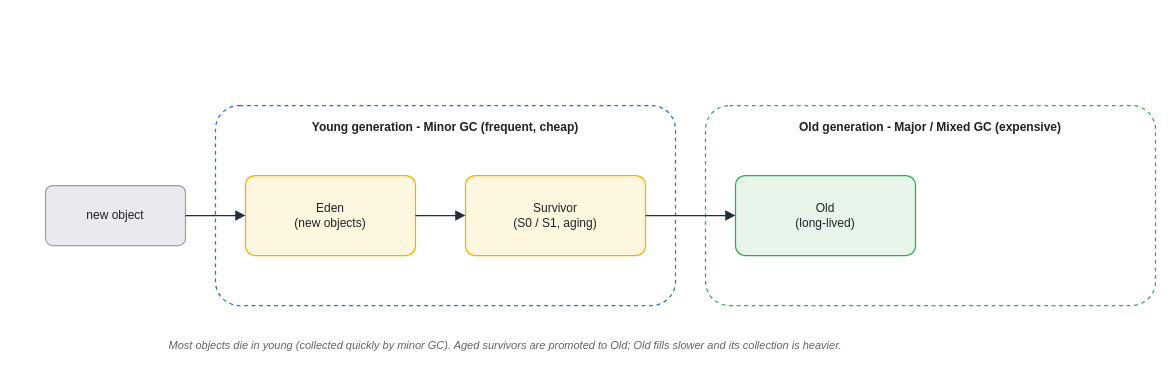
Earlier version of the draw.io diagram assets/img/jvm/jvm-07-gc-generational.drawio (KKamJi98/kkamji98.github.io). Source tidied: cells renumbered, new cells numbered last; positions are measured from the earlier drawing's top-left corner, leaving out a move shared by most shapes. Both pictures are drawn from the tidied source at 100%, with x=0, y=0 at pixel (45, 105).
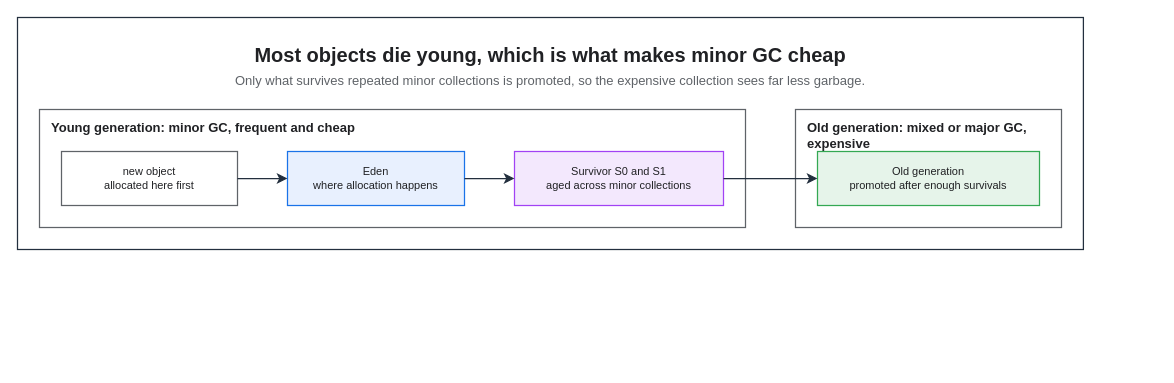
The same diagram, later.

Change to the diagram source:
```diff
@@
 <mxGraphModel background="#FFFFFF">
   <root>
     <mxCell id="0" />
     <mxCell id="1" parent="0" />
+    <mxCell id="12" style="rounded=0;html=0;fillColor=none;strokeColor=#232F3E;fontColor=#202124;strokeWidth=1.25;" parent="1" vertex="1">
+      <mxGeometry x="-28" y="-88" width="1065.9" height="232" as="geometry" />
+    </mxCell>
+    <mxCell id="13" value="Most objects die young, which is what makes minor GC cheap" style="text;html=0;whiteSpace=wrap;fillColor=none;strokeColor=none;fontColor=#202124;fontSize=20;fontStyle=1;align=center;verticalAlign=middle;" parent="1" vertex="1">
+      <mxGeometry x="-6" y="-66" width="1021.9" height="30" as="geometry" />
+    </mxCell>
+    <mxCell id="14" value="Only what survives repeated minor collections is promoted, so the expensive collection sees far less garbage." style="text;html=0;whiteSpace=wrap;fillColor=none;strokeColor=none;fontColor=#5F6368;fontSize=13;fontStyle=0;align=center;verticalAlign=middle;" parent="1" vertex="1">
+      <mxGeometry x="-6" y="-36" width="1021.9" height="22" as="geometry" />
+    </mxCell>
-    <mxCell id="2" value="Young generation  -  Minor GC (frequent, cheap)" style="rounded=1;whiteSpace=wrap;html=0;arcSize=12;shadow=0;fillColor=#FFFFFF;strokeColor=#1A73E8;fontColor=#202124;fontStyle=1;verticalAlign=top;align=center;dashed=1;spacingTop=8;strokeWidth=1.25;" parent="1" vertex="1">
-      <mxGeometry x="170" width="460" height="200" as="geometry" />
+    <mxCell id="2" value="Young generation: minor GC, frequent and cheap" style="rounded=0;whiteSpace=wrap;html=0;fillColor=none;strokeColor=#5F6368;fontColor=#202124;fontSize=13;fontStyle=1;align=left;verticalAlign=top;spacingLeft=10;spacingTop=4;strokeWidth=1.25;dashed=0;" parent="1" vertex="1">
+      <mxGeometry x="-6" y="4" width="706" height="118" as="geometry" />
     </mxCell>
-    <mxCell id="3" value="Old generation  -  Major / Mixed GC (expensive)" style="rounded=1;whiteSpace=wrap;html=0;arcSize=12;shadow=0;fillColor=#FFFFFF;strokeColor=#34A853;fontColor=#202124;fontStyle=1;verticalAlign=top;align=center;dashed=1;spacingTop=8;strokeWidth=1.25;" parent="1" vertex="1">
-      <mxGeometry x="660" width="450" height="200" as="geometry" />
+    <mxCell id="3" value="Old generation: mixed or major GC, expensive" style="rounded=0;whiteSpace=wrap;html=0;fillColor=none;strokeColor=#5F6368;fontColor=#202124;fontSize=13;fontStyle=1;align=left;verticalAlign=top;spacingLeft=10;spacingTop=4;strokeWidth=1.25;dashed=0;" parent="1" vertex="1">
+      <mxGeometry x="750" y="4" width="266" height="118" as="geometry" />
     </mxCell>
-    <mxCell id="4" value="new object" style="rounded=1;whiteSpace=wrap;html=0;arcSize=12;shadow=0;fillColor=#E8EAED;strokeColor=#9AA0A6;fontColor=#202124;strokeWidth=1.25;" parent="1" vertex="1">
-      <mxGeometry y="80" width="140" height="60" as="geometry" />
+    <mxCell id="4" value="new object&#10;allocated here first" style="rounded=0;whiteSpace=wrap;html=0;fillColor=#FFFFFF;strokeColor=#5F6368;fontColor=#202124;fontSize=11;fontStyle=0;align=center;verticalAlign=middle;spacingLeft=6;spacingRight=6;strokeWidth=1.25;" parent="1" vertex="1">
+      <mxGeometry x="16" y="46" width="176" height="54" as="geometry" />
     </mxCell>
-    <mxCell id="5" value="Eden&#10;(new objects)" style="rounded=1;whiteSpace=wrap;html=0;arcSize=12;shadow=0;fillColor=#FEF7E0;strokeColor=#F9AB00;fontColor=#202124;strokeWidth=1.25;" parent="1" vertex="1">
-      <mxGeometry x="200" y="70" width="170" height="80" as="geometry" />
+    <mxCell id="5" value="Eden&#10;where allocation happens" style="rounded=0;whiteSpace=wrap;html=0;fillColor=#E8F0FE;strokeColor=#1A73E8;fontColor=#202124;fontSize=11;fontStyle=0;align=center;verticalAlign=middle;spacingLeft=6;spacingRight=6;strokeWidth=1.25;" parent="1" vertex="1">
+      <mxGeometry x="242" y="46" width="177" height="54" as="geometry" />
     </mxCell>
-    <mxCell id="6" value="Survivor&#10;(S0 / S1, aging)" style="rounded=1;whiteSpace=wrap;html=0;arcSize=12;shadow=0;fillColor=#FEF7E0;strokeColor=#F9AB00;fontColor=#202124;strokeWidth=1.25;" parent="1" vertex="1">
-      <mxGeometry x="420" y="70" width="180" height="80" as="geometry" />
+    <mxCell id="6" value="Survivor S0 and S1&#10;aged across minor collections" style="rounded=0;whiteSpace=wrap;html=0;fillColor=#F3E8FD;strokeColor=#A142F4;fontColor=#202124;fontSize=11;fontStyle=0;align=center;verticalAlign=middle;spacingLeft=6;spacingRight=6;strokeWidth=1.25;" parent="1" vertex="1">
+      <mxGeometry x="469" y="46" width="209" height="54" as="geometry" />
     </mxCell>
-    <mxCell id="7" value="Old&#10;(long-lived)" style="rounded=1;whiteSpace=wrap;html=0;arcSize=12;shadow=0;fillColor=#E6F4EA;strokeColor=#34A853;fontColor=#202124;strokeWidth=1.25;" parent="1" vertex="1">
-      <mxGeometry x="690" y="70" width="180" height="80" as="geometry" />
+    <mxCell id="7" value="Old generation&#10;promoted after enough survivals" style="rounded=0;whiteSpace=wrap;html=0;fillColor=#E6F4EA;strokeColor=#34A853;fontColor=#202124;fontSize=11;fontStyle=0;align=center;verticalAlign=middle;spacingLeft=6;spacingRight=6;strokeWidth=1.25;" parent="1" vertex="1">
+      <mxGeometry x="772" y="46" width="222" height="54" as="geometry" />
     </mxCell>
-    <mxCell id="8" value="Most objects die in young (collected quickly by minor GC). Aged survivors are promoted to Old; Old fills slower and its collection is heavier." style="text;html=0;align=center;verticalAlign=middle;whiteSpace=wrap;fontSize=11;fontColor=#5F6368;fontStyle=2;" parent="1" vertex="1">
-      <mxGeometry x="20" y="220" width="880" height="40" as="geometry" />
-    </mxCell>
-    <mxCell id="9" style="edgeStyle=orthogonalEdgeStyle;rounded=1;html=0;fontColor=#202124;strokeColor=#232F3E;labelBackgroundColor=none;endArrow=block;exitX=1;exitY=0.5;exitDx=0;exitDy=0;entryX=0;entryY=0.5;entryDx=0;entryDy=0;strokeWidth=1.25;endSize=7;" parent="1" edge="1" source="4" target="5">
+    <mxCell id="9" style="edgeStyle=orthogonalEdgeStyle;rounded=0;html=0;strokeColor=#232F3E;strokeWidth=1.25;endArrow=classic;endFill=1;endSize=7;fontSize=11;fontColor=#202124;labelBackgroundColor=none;jettySize=14;exitX=1;exitY=0.5;entryX=0;entryY=0.5;exitDx=0;exitDy=0;entryDx=0;entryDy=0;" parent="1" edge="1" source="4" target="5">
       <mxGeometry relative="1" as="geometry" />
     </mxCell>
-    <mxCell id="10" style="edgeStyle=orthogonalEdgeStyle;rounded=1;html=0;fontColor=#202124;strokeColor=#232F3E;labelBackgroundColor=none;endArrow=block;exitX=1;exitY=0.5;exitDx=0;exitDy=0;entryX=0;entryY=0.5;entryDx=0;entryDy=0;strokeWidth=1.25;endSize=7;" parent="1" edge="1" source="5" target="6">
+    <mxCell id="10" style="edgeStyle=orthogonalEdgeStyle;rounded=0;html=0;strokeColor=#232F3E;strokeWidth=1.25;endArrow=classic;endFill=1;endSize=7;fontSize=11;fontColor=#202124;labelBackgroundColor=none;jettySize=14;exitX=1;exitY=0.5;entryX=0;entryY=0.5;exitDx=0;exitDy=0;entryDx=0;entryDy=0;" parent="1" edge="1" source="5" target="6">
       <mxGeometry relative="1" as="geometry" />
     </mxCell>
-    <mxCell id="11" style="edgeStyle=orthogonalEdgeStyle;rounded=1;html=0;fontColor=#202124;strokeColor=#232F3E;labelBackgroundColor=none;endArrow=block;exitX=1;exitY=0.5;exitDx=0;exitDy=0;entryX=0;entryY=0.5;entryDx=0;entryDy=0;strokeWidth=1.25;endSize=7;" parent="1" edge="1" source="6" target="7">
+    <mxCell id="11" style="edgeStyle=orthogonalEdgeStyle;rounded=0;html=0;strokeColor=#232F3E;strokeWidth=1.25;endArrow=classic;endFill=1;endSize=7;fontSize=11;fontColor=#202124;labelBackgroundColor=none;jettySize=14;exitX=1;exitY=0.5;entryX=0;entryY=0.5;exitDx=0;exitDy=0;entryDx=0;entryDy=0;" parent="1" edge="1" source="6" target="7">
       <mxGeometry relative="1" as="geometry" />
     </mxCell>
   </root>
 </mxGraphModel>
```
